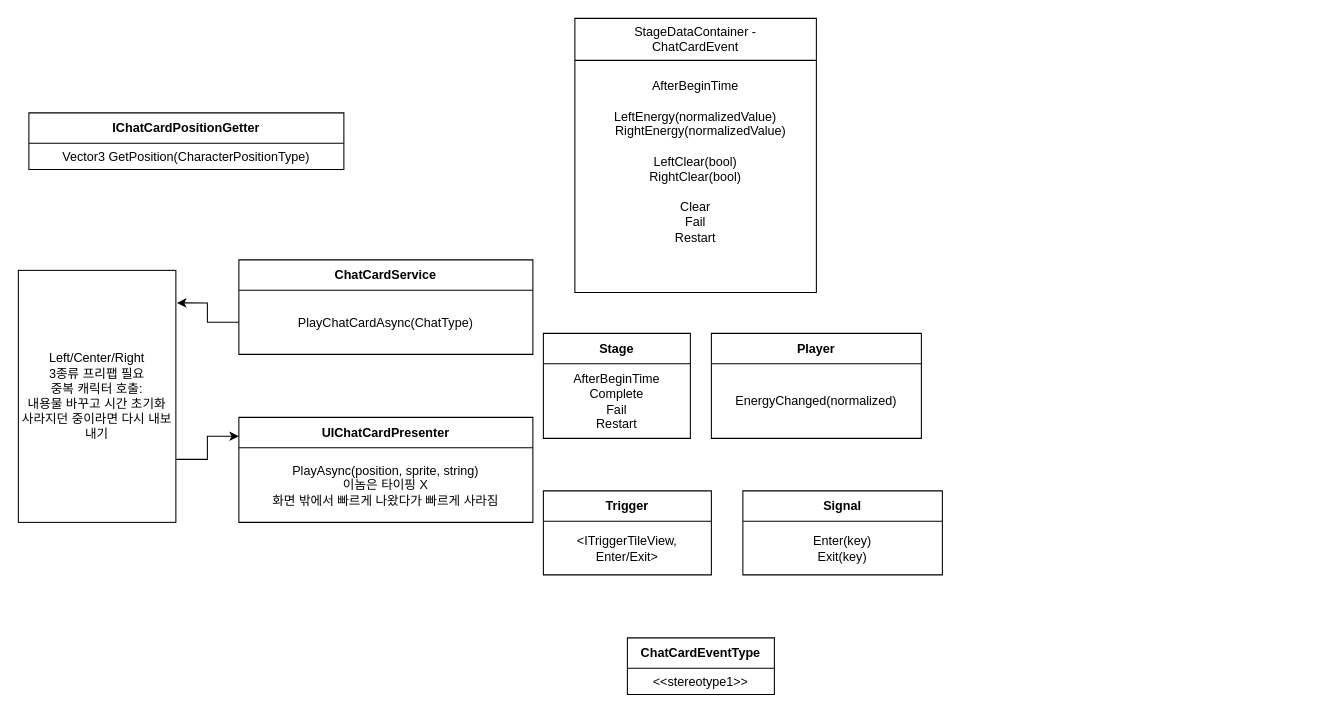
ClapJeong/LRGame keeps this draw.io diagram as page "ChatCard" (14 of 18) of Diagram.drawio. Above is the earlier version. Source tidied: cells renumbered, new cells numbered last; positions are measured from the earlier drawing's top-left corner, leaving out a move shared by most shapes. Both pictures are drawn from the tidied source at 105%, with x=0, y=0 at pixel (18, 18).
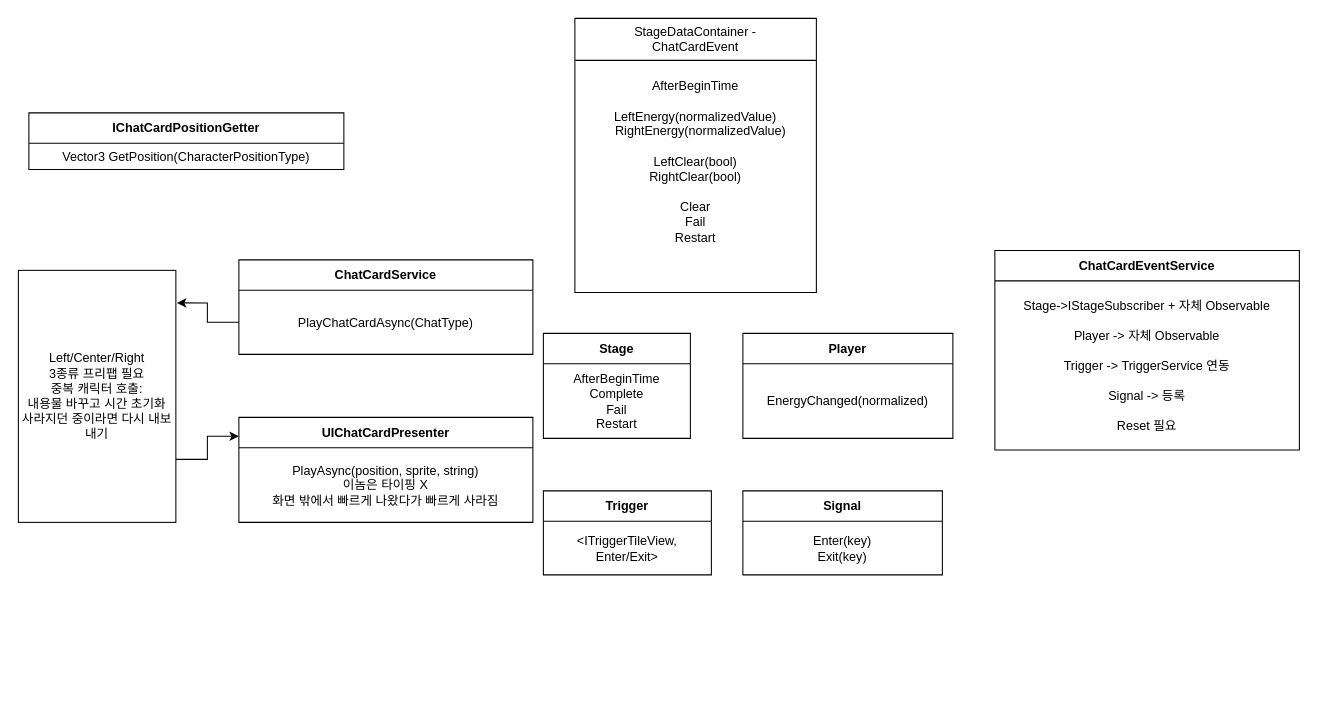
After the change.

Diff of the diagram source:
```diff
@@
     <mxCell id="15" value="Player" style="swimlane;fontStyle=1;align=center;verticalAlign=middle;horizontal=1;startSize=29;html=1;whiteSpace=wrap;" parent="1" vertex="1">
-      <mxGeometry x="660" y="300" width="200" height="100" as="geometry" />
+      <mxGeometry x="690" y="300" width="200" height="100" as="geometry" />
     </mxCell>
@@
-    <mxCell id="21" value="ChatCardEventType" style="swimlane;fontStyle=1;align=center;verticalAlign=middle;horizontal=1;startSize=29;html=1;whiteSpace=wrap;" parent="1" vertex="1">
-      <mxGeometry x="580" y="590" width="140" height="54" as="geometry" />
-    </mxCell>
-    <mxCell id="22" value="&amp;lt;&amp;lt;stereotype1&amp;gt;&amp;gt;" style="text;html=1;strokeColor=none;fillColor=none;align=center;verticalAlign=middle;spacingLeft=4;spacingRight=4;overflow=hidden;whiteSpace=wrap;" parent="21" vertex="1">
-      <mxGeometry y="29" width="140" height="25" as="geometry" />
-    </mxCell>
+    <mxCell id="23" value="ChatCardEventService" style="swimlane;fontStyle=1;align=center;verticalAlign=middle;horizontal=1;startSize=29;html=1;whiteSpace=wrap;" parent="1" vertex="1">
+      <mxGeometry x="930" y="221" width="290" height="190" as="geometry" />
+    </mxCell>
+    <mxCell id="24" value="Stage-&amp;gt;IStageSubscriber + 자체 Observable&lt;div&gt;&lt;br&gt;&lt;/div&gt;&lt;div&gt;Player -&amp;gt; 자체 Observable&lt;/div&gt;&lt;div&gt;&lt;br&gt;&lt;/div&gt;&lt;div&gt;Trigger -&amp;gt; TriggerService 연동&lt;/div&gt;&lt;div&gt;&lt;br&gt;&lt;/div&gt;&lt;div&gt;Signal -&amp;gt; 등록&lt;/div&gt;&lt;div&gt;&lt;br&gt;&lt;/div&gt;&lt;div&gt;Reset 필요&lt;/div&gt;" style="text;html=1;strokeColor=none;fillColor=none;align=center;verticalAlign=middle;spacingLeft=4;spacingRight=4;overflow=hidden;whiteSpace=wrap;" parent="23" vertex="1">
+      <mxGeometry y="29" width="290" height="161" as="geometry" />
+    </mxCell>
```
